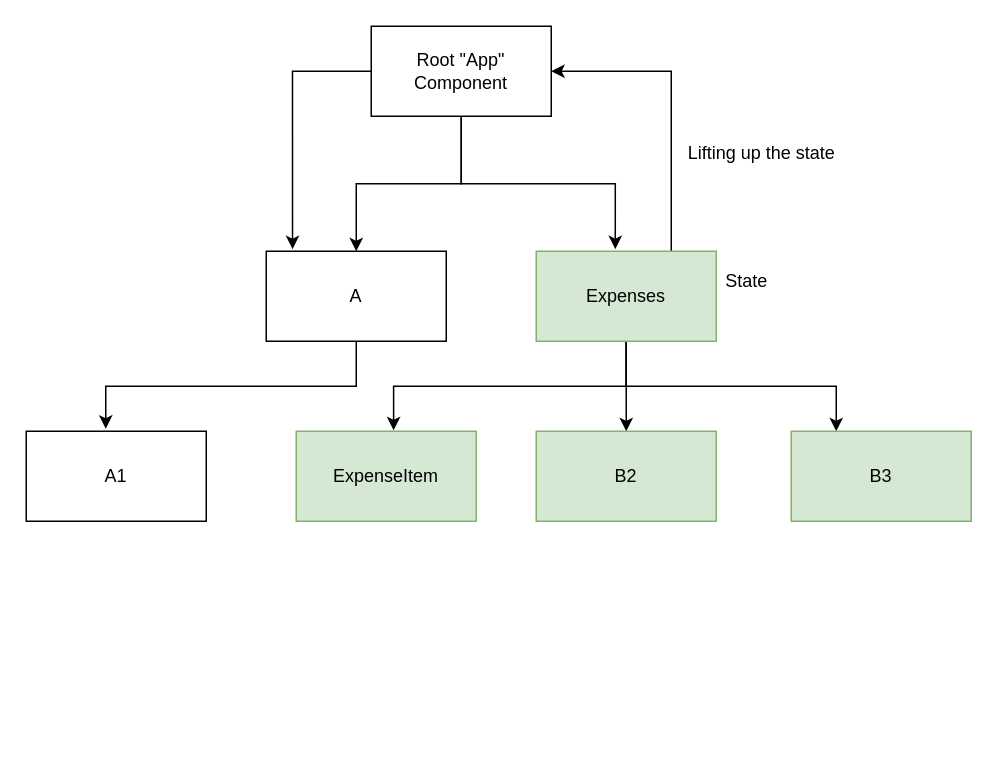
Above: page "Page-3" (3 of 3) of frontend.drawio in synergy2411/del-mar-23-react (draw.io), before the change. Source tidied: cells renumbered, new cells numbered last; positions are measured from the earlier drawing's top-left corner, leaving out a move shared by most shapes. Both pictures are drawn from the tidied source at 150%, with x=0, y=0 at pixel (26, 26).
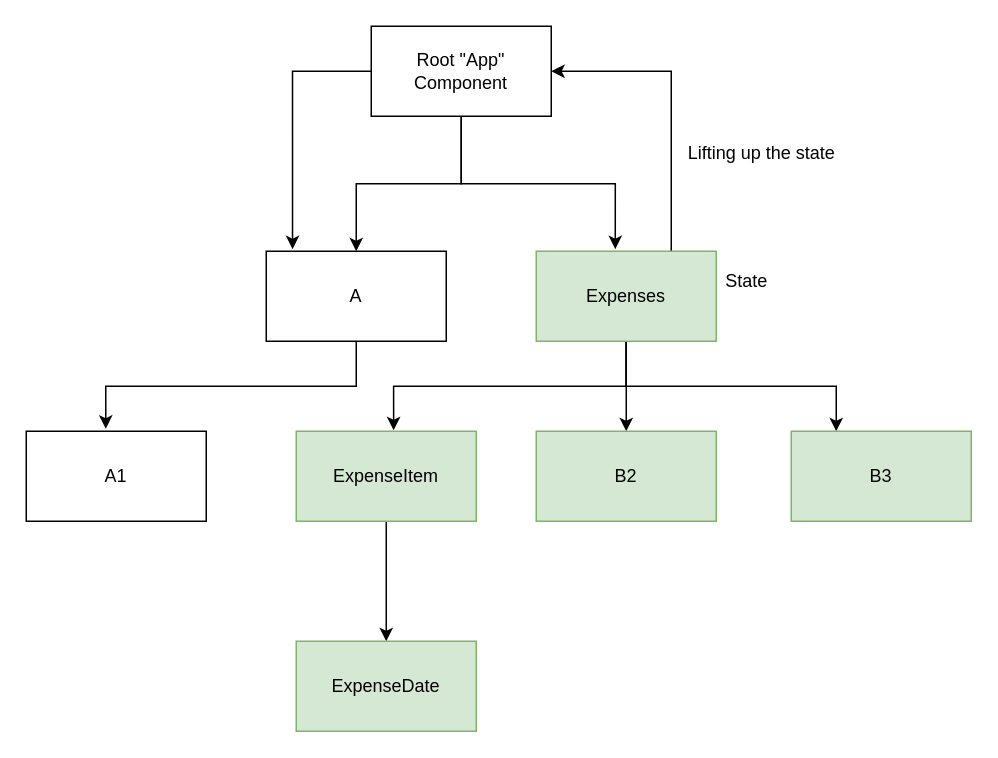
Above is the later version.

Unchanged cells that the change refers to:
```xml
<mxCell id="14" value="ExpenseItem" style="rounded=0;whiteSpace=wrap;html=1;fillColor=#d5e8d4;strokeColor=#82b366;" parent="1" vertex="1">
  <mxGeometry x="180" y="270" width="120" height="60" as="geometry" />
</mxCell>
```

What changed in the source:
```diff
@@
+    <mxCell id="19" style="edgeStyle=orthogonalEdgeStyle;rounded=0;jettySize=auto;html=1;" parent="1" edge="1" source="14" target="20">
+      <mxGeometry relative="1" as="geometry" />
+    </mxCell>
@@
+    <mxCell id="20" value="ExpenseDate" style="rounded=0;whiteSpace=wrap;html=1;fillColor=#d5e8d4;strokeColor=#82b366;" parent="1" vertex="1">
+      <mxGeometry x="180" y="410" width="120" height="60" as="geometry" />
+    </mxCell>
```
